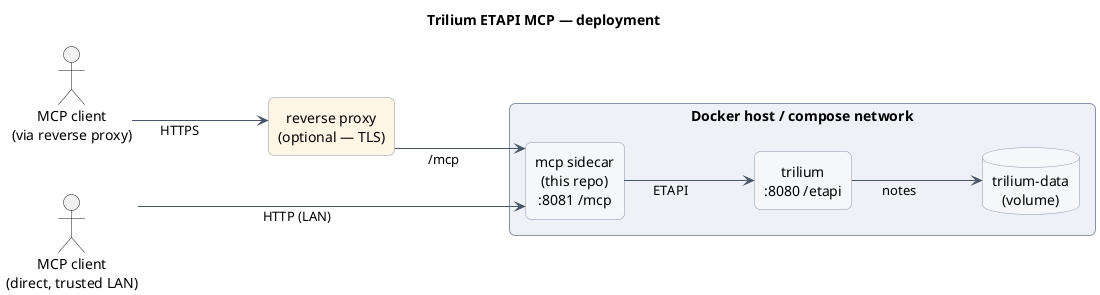
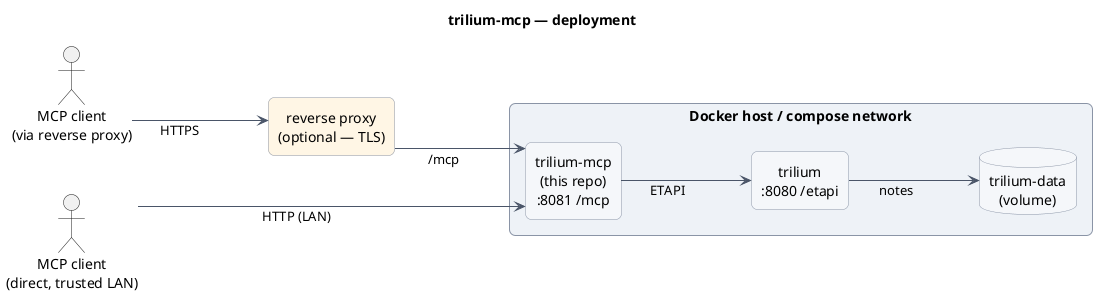
@startuml architecture
- title Trilium ETAPI MCP — deployment
+ title trilium-mcp — deployment

left to right direction
skinparam linetype ortho
skinparam shadowing false
skinparam nodesep 50
skinparam ranksep 130
skinparam defaultTextAlignment center
skinparam rectangle {
    BackgroundColor #F5F7FA
    BorderColor #8A94A6
    roundCorner 12
}
skinparam database {
    BackgroundColor #F5F7FA
    BorderColor #8A94A6
}
skinparam ArrowColor #4A5568

together {
    actor "MCP client\n(via reverse proxy)" as C1
    actor "MCP client\n(direct, trusted LAN)" as C2
}

rectangle "reverse proxy\n(optional — TLS)" as Proxy #FFF6E5

rectangle "Docker host / compose network" as Host #EEF2F7 {
-     rectangle "mcp sidecar\n(this repo)\n:8081 /mcp" as MCP
+     rectangle "trilium-mcp\n(this repo)\n:8081 /mcp" as MCP
    rectangle "trilium\n:8080 /etapi" as Trilium
    database "trilium-data\n(volume)" as Data
}

C1 --> Proxy : HTTPS
C2 --> MCP : HTTP (LAN)
Proxy --> MCP : /mcp
MCP --> Trilium : ETAPI
Trilium --> Data : notes

@enduml
